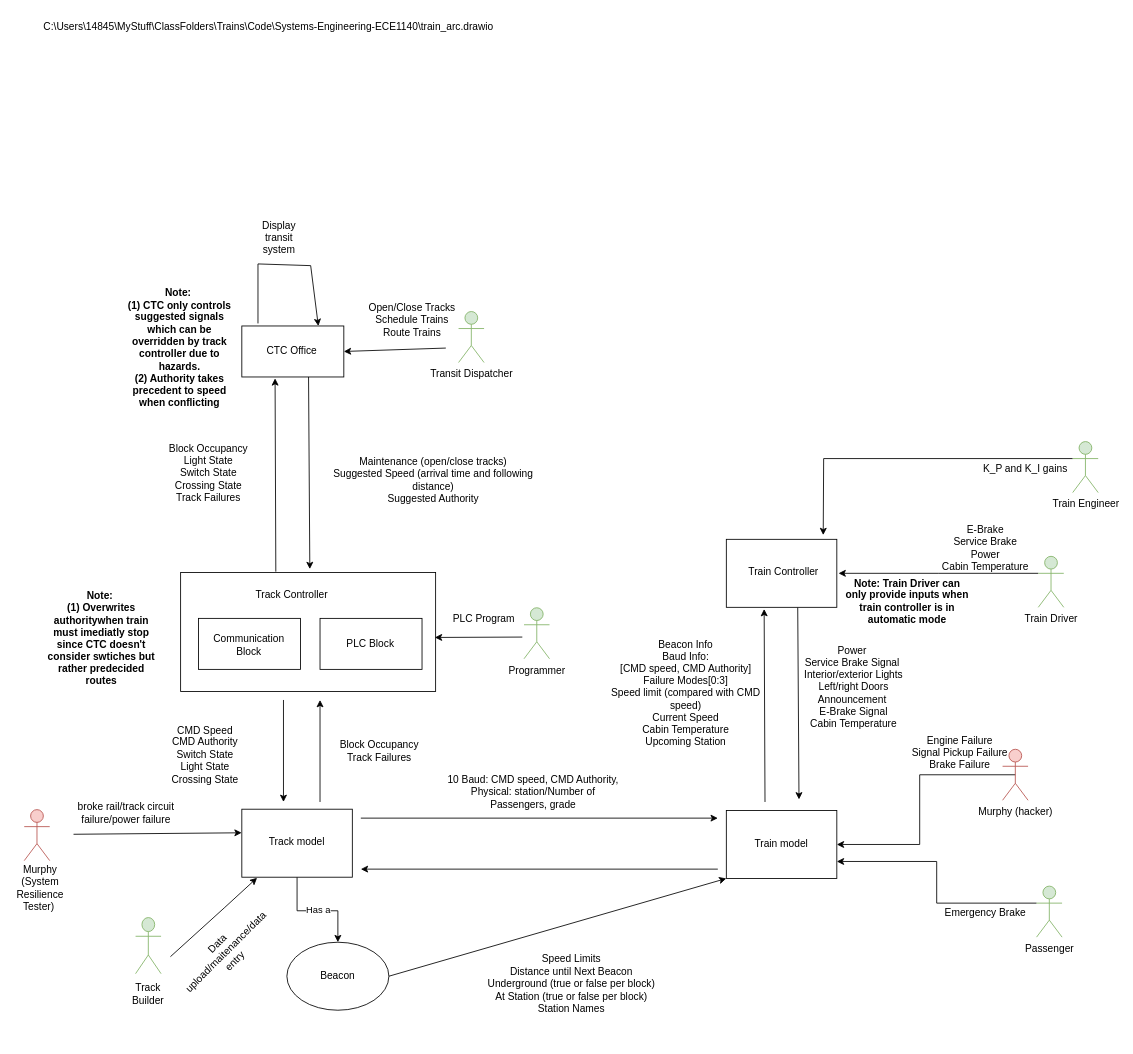
This is Architecture_Group3.drawio from lao57/Systems-Engineering-ECE1140, a draw.io file, before an edit. Source tidied: cells renumbered, new cells numbered last; positions are measured from the earlier drawing's top-left corner, leaving out a move shared by most shapes. Both pictures are drawn from the tidied source at 85%, with x=0, y=0 at pixel (14, 14).
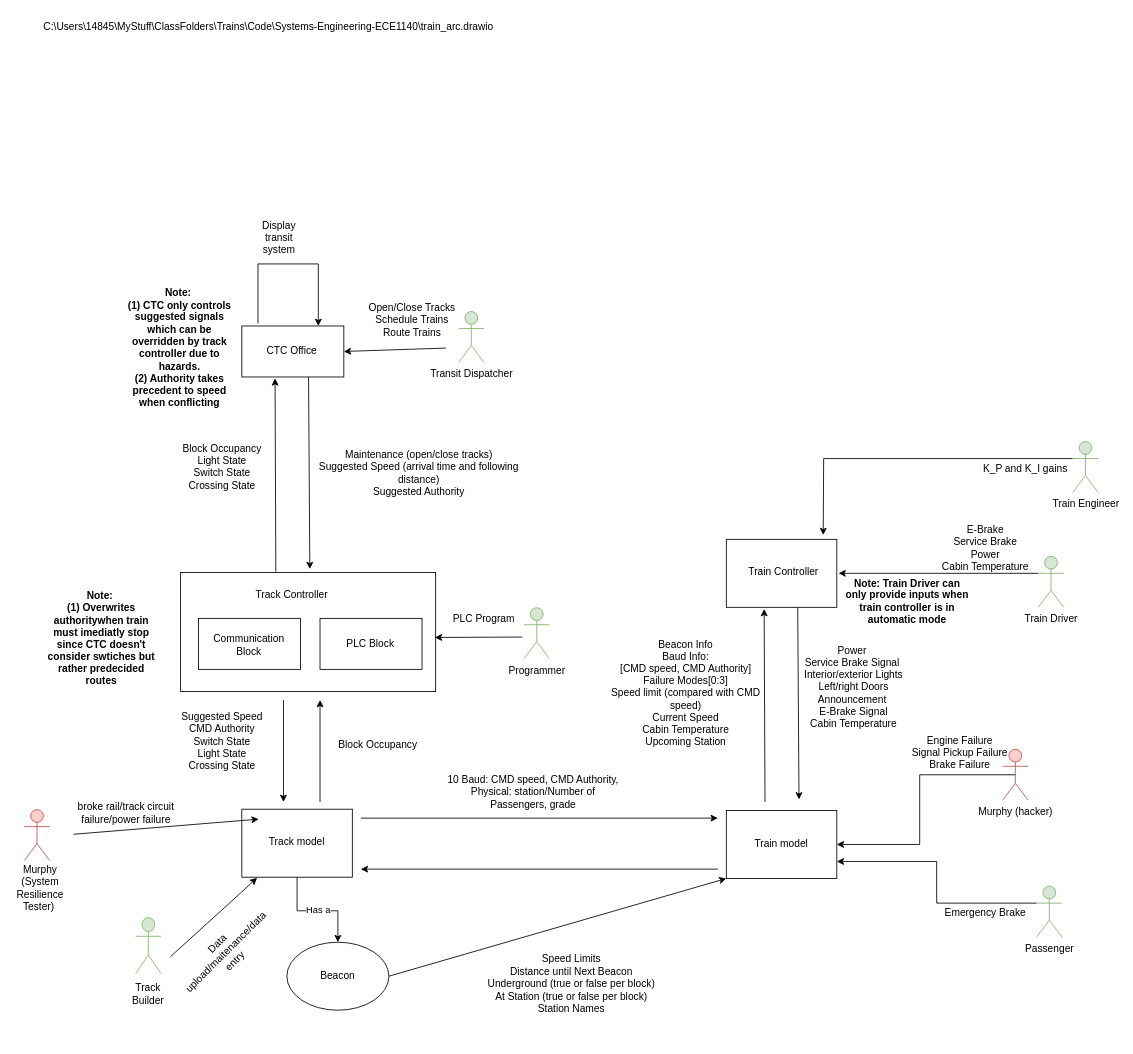
The same diagram, later.

Commit message:
removing track failures since that is included in occupancy

Unchanged cells that the change refers to:
```xml
<mxCell id="5" style="rounded=0;whiteSpace=wrap;html=1;" parent="1" vertex="1">
  <mxGeometry x="267" y="366" width="120" height="60" as="geometry" />
</mxCell>
```

What changed in the source:
```diff
@@
     <mxCell id="33" value="Maintenance (open/close tracks)&lt;div&gt;Suggested Speed (arrival time and following distance)&lt;/div&gt;&lt;div&gt;&lt;span style=&quot;background-color: transparent; color: light-dark(rgb(0, 0, 0), rgb(255, 255, 255));&quot;&gt;Suggested Authority&lt;/span&gt;&lt;/div&gt;&lt;div&gt;&lt;br&gt;&lt;/div&gt;&lt;div&gt;&lt;br&gt;&lt;/div&gt;&lt;div&gt;&lt;br&gt;&lt;/div&gt;&lt;div&gt;&lt;br&gt;&lt;/div&gt;" style="text;html=1;align=center;verticalAlign=middle;whiteSpace=wrap;rounded=0;" parent="1" vertex="1">
-      <mxGeometry x="356" y="463" width="273" height="226" as="geometry" />
+      <mxGeometry x="339" y="455" width="273" height="226" as="geometry" />
     </mxCell>
-    <mxCell id="34" value="Block Occupancy&lt;div&gt;Light State&lt;/div&gt;&lt;div&gt;Switch State&lt;/div&gt;&lt;div&gt;Crossing State&lt;/div&gt;&lt;div&gt;Track Failures&lt;/div&gt;" style="text;html=1;align=center;verticalAlign=middle;whiteSpace=wrap;rounded=0;" parent="1" vertex="1">
-      <mxGeometry x="177" y="434" width="102" height="209" as="geometry" />
+    <mxCell id="34" value="Block Occupancy&lt;div&gt;Light State&lt;/div&gt;&lt;div&gt;Switch State&lt;/div&gt;&lt;div&gt;Crossing State&lt;/div&gt;&lt;div&gt;&lt;br&gt;&lt;/div&gt;" style="text;html=1;align=center;verticalAlign=middle;whiteSpace=wrap;rounded=0;" parent="1" vertex="1">
+      <mxGeometry x="177" y="434" width="134" height="209" as="geometry" />
     </mxCell>
-    <mxCell id="35" value="&lt;div&gt;&lt;br&gt;&lt;/div&gt;&lt;div&gt;Block Occupancy&lt;/div&gt;&lt;div&gt;Track Failures&lt;/div&gt;" style="text;html=1;align=center;verticalAlign=middle;whiteSpace=wrap;rounded=0;" parent="1" vertex="1">
+    <mxCell id="35" value="&lt;div&gt;&lt;br&gt;&lt;/div&gt;&lt;div&gt;Block Occupancy&amp;nbsp;&lt;/div&gt;&lt;div&gt;&lt;br&gt;&lt;/div&gt;" style="text;html=1;align=center;verticalAlign=middle;whiteSpace=wrap;rounded=0;" parent="1" vertex="1">
       <mxGeometry x="363" y="790" width="132" height="137" as="geometry" />
     </mxCell>
-    <mxCell id="36" value="CMD Speed&#10;CMD Authority&#10;Switch State&#10;Light State&#10;Crossing State&#10;" style="text;whiteSpace=wrap;align=center;" parent="1" vertex="1">
-      <mxGeometry x="117" y="828" width="214" height="132" as="geometry" />
+    <mxCell id="36" value="Suggested Speed&#10;CMD Authority&#10;Switch State&#10;Light State&#10;Crossing State&#10;" style="text;whiteSpace=wrap;align=center;" parent="1" vertex="1">
+      <mxGeometry x="137" y="812" width="214" height="132" as="geometry" />
     </mxCell>
@@
     <mxCell id="54" style="endArrow=classic;html=1;rounded=0;entryX=0.75;entryY=0;entryDx=0;entryDy=0;" parent="1" edge="1" target="5">
       <mxGeometry relative="1" as="geometry">
         <mxPoint x="286" y="363" as="sourcePoint" />
         <Array as="points">
           <mxPoint x="286" y="293" />
-          <mxPoint x="348" y="295" />
+          <mxPoint x="357" y="293" />
         </Array>
       </mxGeometry>
     </mxCell>
```
